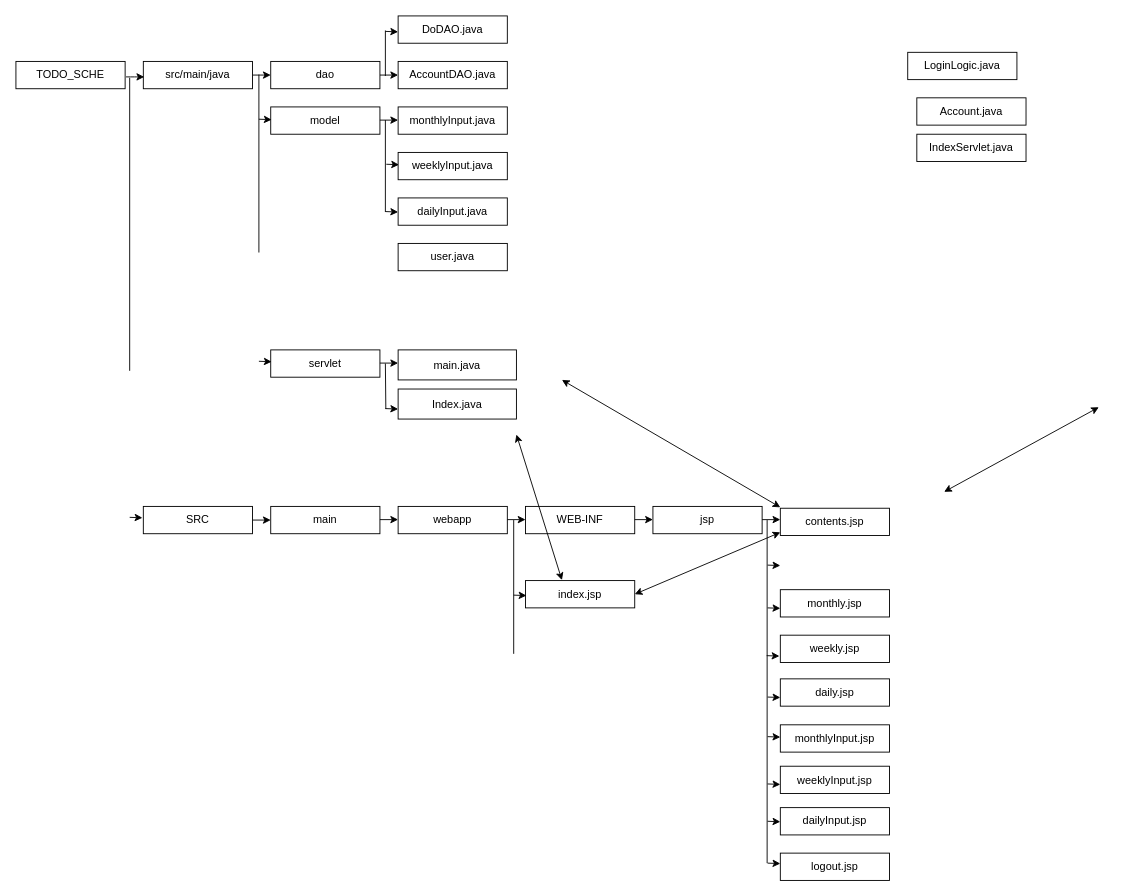
Before: page "プロジェクトディレクトリ" (4 of 4) of 自主制作.drawio in a-otsuka0719/schedule, a draw.io diagram. Source tidied: cells renumbered, new cells numbered last; positions are measured from the earlier drawing's top-left corner, leaving out a move shared by most shapes. Both pictures are drawn from the tidied source at 91%, with x=0, y=0 at pixel (15, 15).
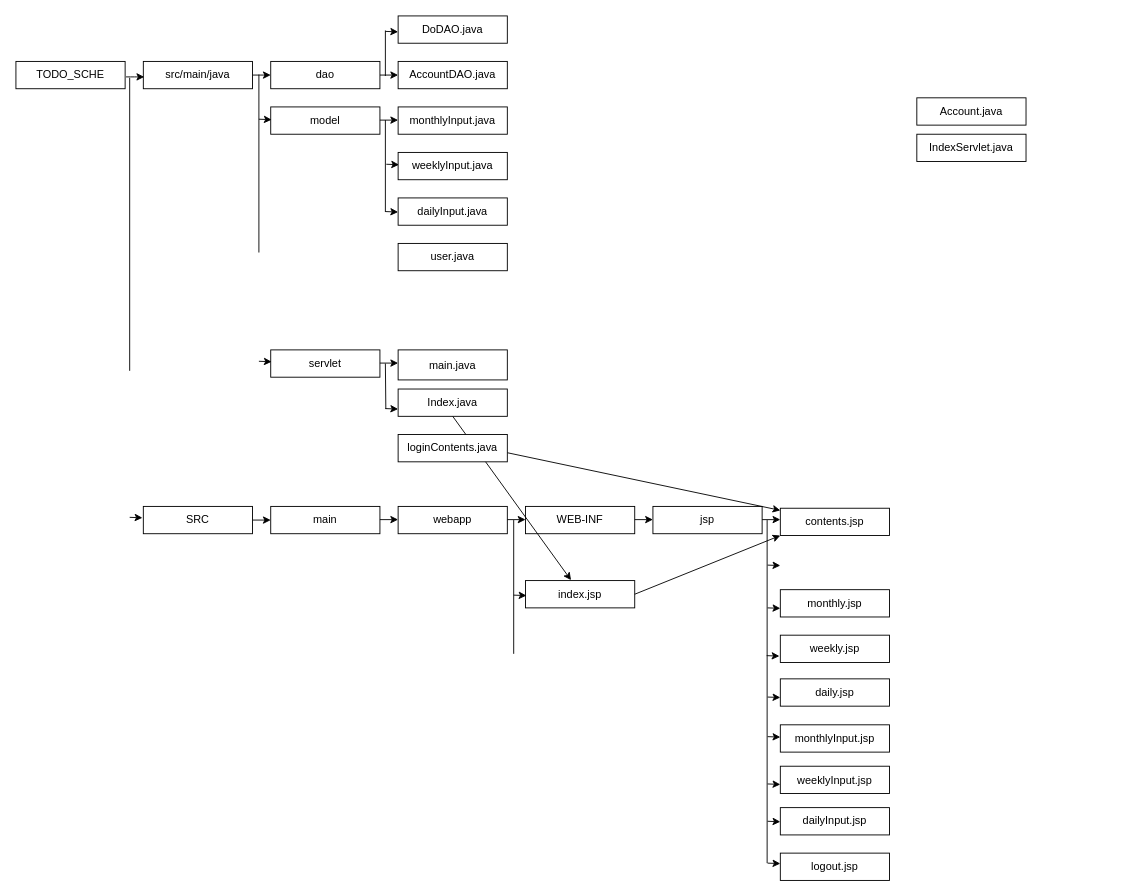
The same diagram, later.

The change refers to these unchanged cells:
```xml
<mxCell id="20" value="index.jsp" style="rounded=0;whiteSpace=wrap;html=1;" parent="1" vertex="1">
  <mxGeometry x="560" y="620.5" width="120" height="30" as="geometry" />
</mxCell>
<mxCell id="67" value="contents.jsp" style="rounded=0;whiteSpace=wrap;html=1;" parent="1" vertex="1">
  <mxGeometry x="840" y="541" width="120" height="30" as="geometry" />
</mxCell>
```

Diff of the diagram source:
```diff
@@
-    <mxCell id="15" value="LoginLogic.java" style="rounded=0;whiteSpace=wrap;html=1;" parent="1" vertex="1">
-      <mxGeometry x="980" y="40" width="120" height="30" as="geometry" />
-    </mxCell>
     <mxCell id="16" value="Index.java" style="rounded=0;whiteSpace=wrap;html=1;" parent="1" vertex="1">
-      <mxGeometry x="420" y="410" width="130" height="33" as="geometry" />
+      <mxGeometry x="420" y="410" width="120" height="30" as="geometry" />
     </mxCell>
@@
-    <mxCell id="63" style="endArrow=classic;startArrow=classic;html=1;exitX=1;exitY=0.5;exitDx=0;exitDy=0;" parent="1" edge="1" source="20">
-      <mxGeometry relative="1" as="geometry">
-        <mxPoint x="840" y="567.5" as="targetPoint" />
-      </mxGeometry>
-    </mxCell>
-    <mxCell id="64" style="endArrow=classic;startArrow=classic;html=1;" parent="1" edge="1">
-      <mxGeometry relative="1" as="geometry">
-        <mxPoint x="550" y="460" as="sourcePoint" />
-        <mxPoint x="600" y="620" as="targetPoint" />
-      </mxGeometry>
-    </mxCell>
-    <mxCell id="65" style="endArrow=classic;startArrow=classic;html=1;" parent="1" edge="1">
-      <mxGeometry relative="1" as="geometry">
-        <mxPoint x="600" y="400" as="sourcePoint" />
-        <mxPoint x="840" y="540" as="targetPoint" />
-      </mxGeometry>
-    </mxCell>
-    <mxCell id="66" style="endArrow=classic;startArrow=classic;html=1;exitX=1;exitY=0.75;exitDx=0;exitDy=0;" parent="1" edge="1">
-      <mxGeometry relative="1" as="geometry">
-        <mxPoint x="1020" y="523" as="sourcePoint" />
-        <mxPoint x="1190" y="430" as="targetPoint" />
-      </mxGeometry>
-    </mxCell>
@@
     <mxCell id="68" value="main.java" style="rounded=0;whiteSpace=wrap;html=1;" parent="1" vertex="1">
-      <mxGeometry x="420" y="367" width="130" height="33" as="geometry" />
+      <mxGeometry x="420" y="367" width="120" height="33" as="geometry" />
     </mxCell>
+    <mxCell id="69" style="endArrow=classic;html=1;exitX=0.5;exitY=1;exitDx=0;exitDy=0;" parent="1" edge="1" target="67">
+      <mxGeometry relative="1" as="geometry">
+        <mxPoint x="540" y="480" as="sourcePoint" />
+      </mxGeometry>
+    </mxCell>
+    <mxCell id="70" style="endArrow=classic;html=1;exitX=1;exitY=0.5;exitDx=0;exitDy=0;entryX=0;entryY=1;entryDx=0;entryDy=0;" parent="1" edge="1" source="20" target="67">
+      <mxGeometry relative="1" as="geometry" />
+    </mxCell>
+    <mxCell id="71" style="endArrow=classic;html=1;exitX=0.5;exitY=1;exitDx=0;exitDy=0;" parent="1" edge="1" source="16">
+      <mxGeometry relative="1" as="geometry">
+        <mxPoint x="610" y="620" as="targetPoint" />
+      </mxGeometry>
+    </mxCell>
+    <mxCell id="72" value="loginContents.java" style="rounded=0;whiteSpace=wrap;html=1;" parent="1" vertex="1">
+      <mxGeometry x="420" y="460" width="120" height="30" as="geometry" />
+    </mxCell>
```
